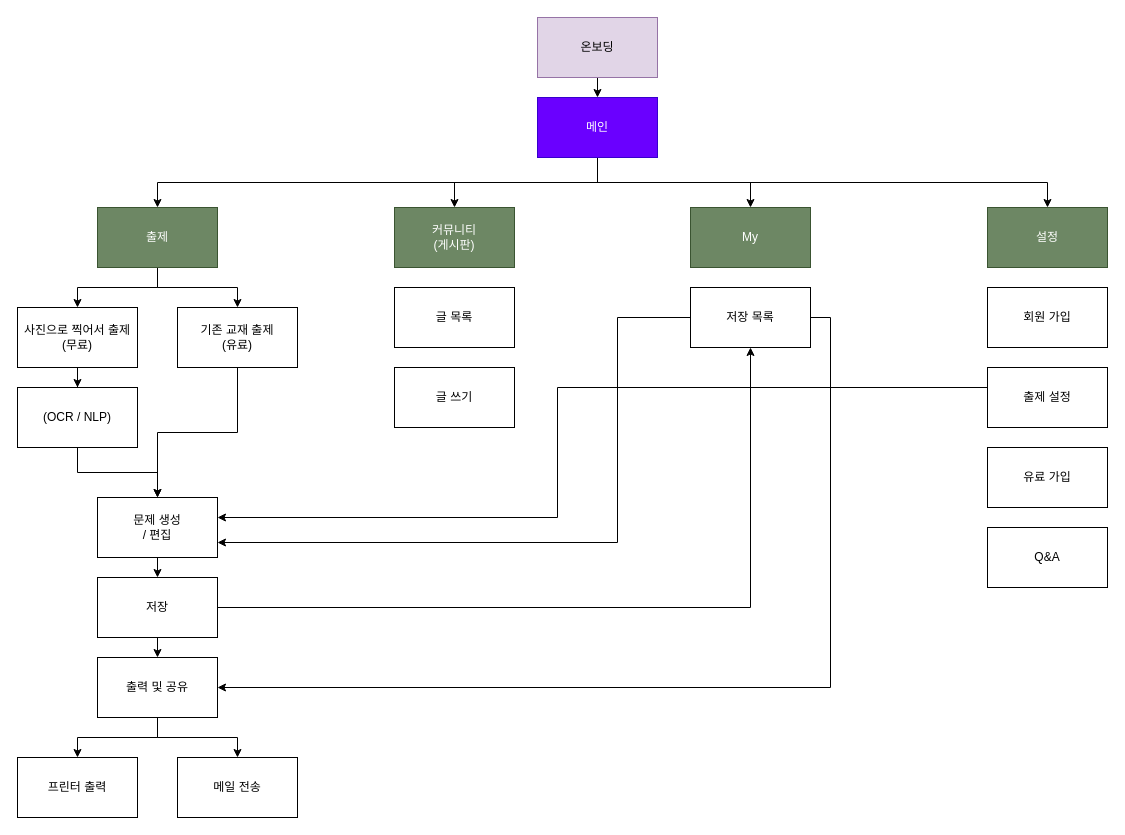
Earlier version of the draw.io diagram Flutter_quest/Quest04/팝퀴즈앱_구조도.drawio (idrasol/AIFFEL_REVIEW_09). Source tidied: cells renumbered, new cells numbered last; positions are measured from the earlier drawing's top-left corner, leaving out a move shared by most shapes. Both pictures are drawn from the tidied source at 100%, with x=0, y=0 at pixel (17, 17).
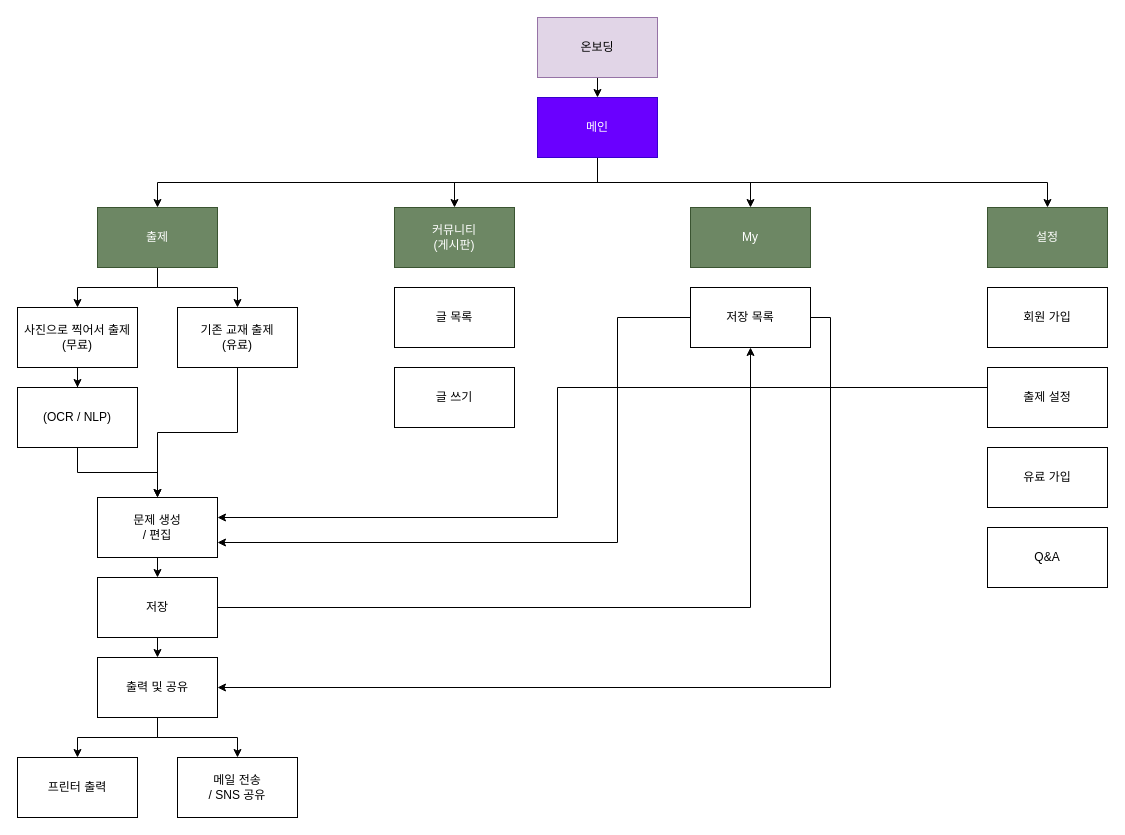
The same page after the edit.

Commit message:
팝퀴즈앱_구조도.drawio 업데이트

Diff of the diagram source:
```diff
@@
-    <mxCell id="23" value="메일 전송" style="rounded=0;whiteSpace=wrap;html=1;" parent="1" vertex="1">
+    <mxCell id="23" value="메일 전송&lt;div&gt;/ SNS 공유&lt;/div&gt;" style="rounded=0;whiteSpace=wrap;html=1;" parent="1" vertex="1">
       <mxGeometry x="160" y="740" width="120" height="60" as="geometry" />
     </mxCell>
```
